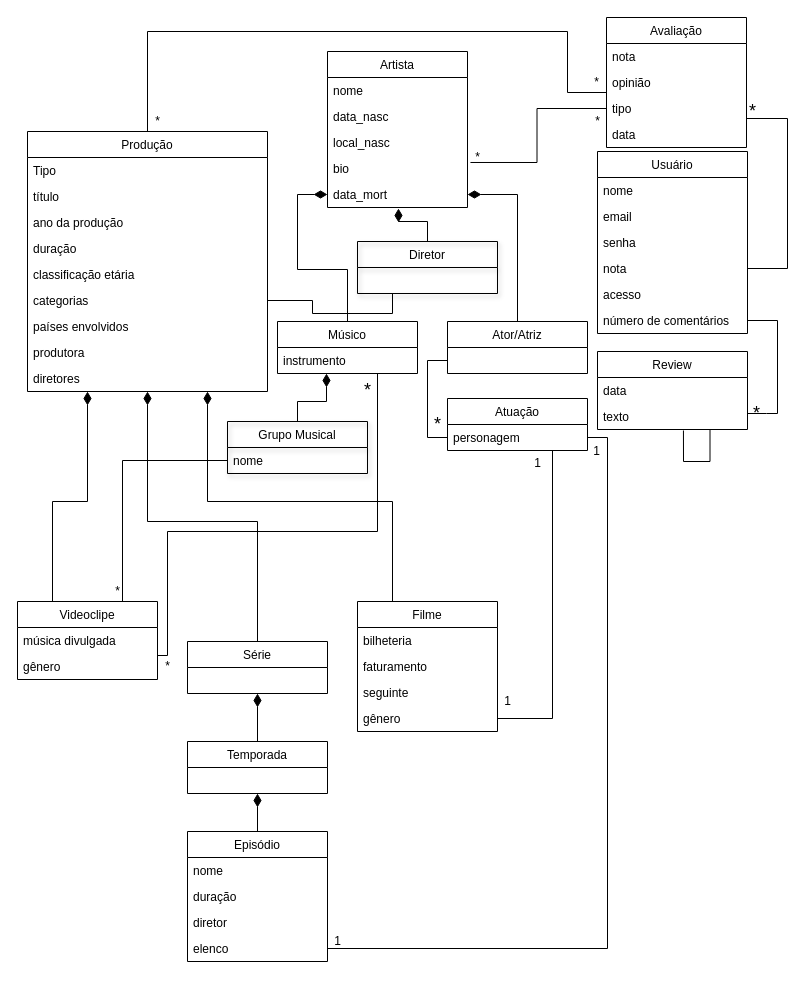
Earlier version of the draw.io diagram Exercício 5/Exercício_5.drawio (MateusdosAnjos/MAC0439). Source tidied: cells renumbered, new cells numbered last; positions are measured from the earlier drawing's top-left corner, leaving out a move shared by most shapes. Both pictures are drawn from the tidied source at 100%, with x=0, y=0 at pixel (17, 17).
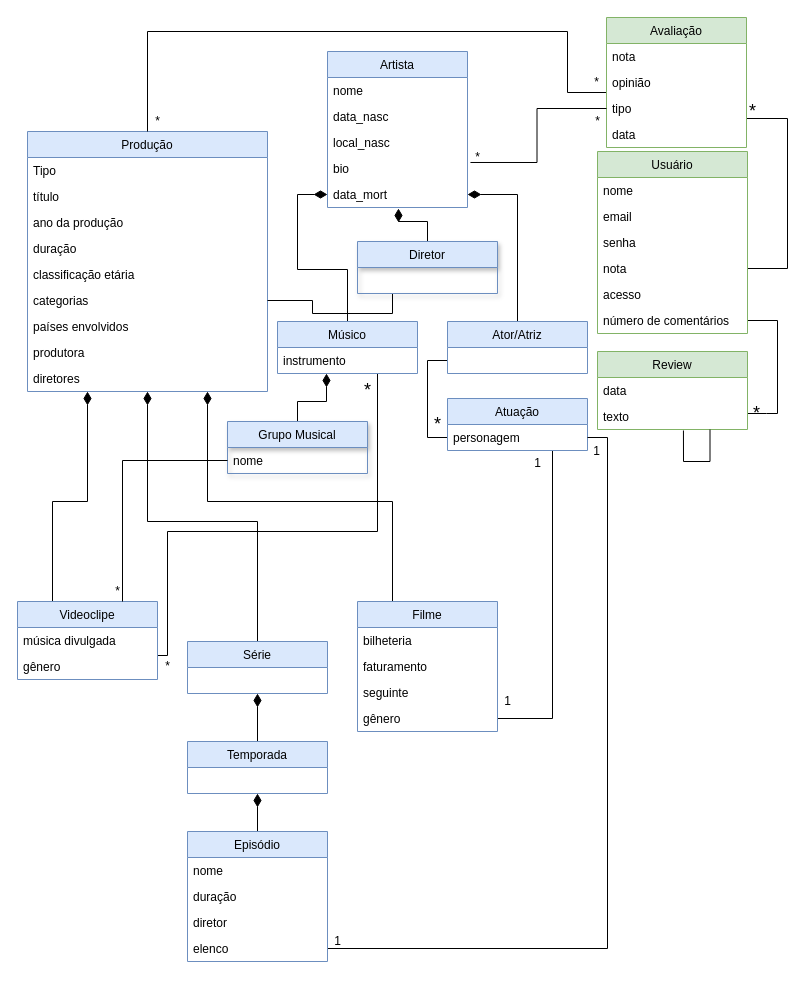
After the change.

Commit message (it also covers changes not shown here):
Cores para diferenciar banco de dados

Change to the diagram source:
```diff
@@
-    <mxCell id="16" value="Produção" style="swimlane;fontStyle=0;horizontal=1;startSize=26;fillColor=none;" parent="1" vertex="1">
+    <mxCell id="16" value="Produção" style="swimlane;fontStyle=0;horizontal=1;startSize=26;fillColor=#dae8fc;strokeColor=#6c8ebf;" parent="1" vertex="1">
       <mxGeometry x="10" y="114" width="240" height="260" as="geometry" />
     </mxCell>
@@
-    <mxCell id="26" value="Artista" style="swimlane;fontStyle=0;horizontal=1;startSize=26;fillColor=none;" parent="1" vertex="1">
+    <mxCell id="26" value="Artista" style="swimlane;fontStyle=0;horizontal=1;startSize=26;fillColor=#dae8fc;strokeColor=#6c8ebf;" parent="1" vertex="1">
       <mxGeometry x="310" y="34" width="140" height="156" as="geometry" />
     </mxCell>
@@
-    <mxCell id="32" value="Usuário" style="swimlane;fontStyle=0;horizontal=1;startSize=26;fillColor=none;" parent="1" vertex="1">
+    <mxCell id="32" value="Usuário" style="swimlane;fontStyle=0;horizontal=1;startSize=26;fillColor=#d5e8d4;strokeColor=#82b366;" parent="1" vertex="1">
       <mxGeometry x="580" y="134" width="150" height="182" as="geometry" />
     </mxCell>
@@
-    <mxCell id="39" value="Review" style="swimlane;fontStyle=0;horizontal=1;startSize=26;fillColor=none;" parent="1" vertex="1">
+    <mxCell id="39" value="Review" style="swimlane;fontStyle=0;horizontal=1;startSize=26;fillColor=#d5e8d4;strokeColor=#82b366;" parent="1" vertex="1">
       <mxGeometry x="580" y="334" width="150" height="78" as="geometry" />
     </mxCell>
@@
-    <mxCell id="43" value="Atuação" style="swimlane;fontStyle=0;horizontal=1;startSize=26;fillColor=none;fontSize=12;" parent="1" vertex="1">
+    <mxCell id="43" value="Atuação" style="swimlane;fontStyle=0;horizontal=1;startSize=26;fillColor=#dae8fc;fontSize=12;strokeColor=#6c8ebf;" parent="1" vertex="1">
       <mxGeometry x="430" y="381" width="140" height="52" as="geometry" />
     </mxCell>
@@
-    <mxCell id="46" value="Músico" style="swimlane;fontStyle=0;horizontal=1;startSize=26;fillColor=none;fontSize=12;" parent="1" vertex="1">
+    <mxCell id="46" value="Músico" style="swimlane;fontStyle=0;horizontal=1;startSize=26;fillColor=#dae8fc;fontSize=12;strokeColor=#6c8ebf;" parent="1" vertex="1">
       <mxGeometry x="260" y="304" width="140" height="52" as="geometry" />
     </mxCell>
@@
-    <mxCell id="48" value="Ator/Atriz" style="swimlane;fontStyle=0;horizontal=1;startSize=26;fillColor=none;fontSize=12;" parent="1" vertex="1">
+    <mxCell id="48" value="Ator/Atriz" style="swimlane;fontStyle=0;horizontal=1;startSize=26;fillColor=#dae8fc;fontSize=12;strokeColor=#6c8ebf;" parent="1" vertex="1">
       <mxGeometry x="430" y="304" width="140" height="52" as="geometry" />
     </mxCell>
@@
-    <mxCell id="54" value="Diretor" style="swimlane;fontStyle=0;horizontal=1;startSize=26;fillColor=none;shadow=1;" parent="1" vertex="1">
+    <mxCell id="54" value="Diretor" style="swimlane;fontStyle=0;horizontal=1;startSize=26;fillColor=#dae8fc;shadow=1;strokeColor=#6c8ebf;" parent="1" vertex="1">
       <mxGeometry x="340" y="224" width="140" height="52" as="geometry" />
     </mxCell>
@@
-    <mxCell id="56" value="Avaliação" style="swimlane;fontStyle=0;horizontal=1;startSize=26;fillColor=none;" parent="1" vertex="1">
+    <mxCell id="56" value="Avaliação" style="swimlane;fontStyle=0;horizontal=1;startSize=26;fillColor=#d5e8d4;strokeColor=#82b366;" parent="1" vertex="1">
       <mxGeometry x="589" width="140" height="130" as="geometry" />
     </mxCell>
@@
-    <mxCell id="62" value="Filme" style="swimlane;fontStyle=0;horizontal=1;startSize=26;fillColor=none;" parent="1" vertex="1">
+    <mxCell id="62" value="Filme" style="swimlane;fontStyle=0;horizontal=1;startSize=26;fillColor=#dae8fc;strokeColor=#6c8ebf;" parent="1" vertex="1">
       <mxGeometry x="340" y="584" width="140" height="130" as="geometry" />
     </mxCell>
@@
-    <mxCell id="67" value="Série" style="swimlane;fontStyle=0;horizontal=1;startSize=26;fillColor=none;" parent="1" vertex="1">
+    <mxCell id="67" value="Série" style="swimlane;fontStyle=0;horizontal=1;startSize=26;fillColor=#dae8fc;strokeColor=#6c8ebf;" parent="1" vertex="1">
       <mxGeometry x="170" y="624" width="140" height="52" as="geometry" />
     </mxCell>
-    <mxCell id="68" value=" Videoclipe" style="swimlane;fontStyle=0;horizontal=1;startSize=26;fillColor=none;" parent="1" vertex="1">
+    <mxCell id="68" value=" Videoclipe" style="swimlane;fontStyle=0;horizontal=1;startSize=26;fillColor=#dae8fc;strokeColor=#6c8ebf;" parent="1" vertex="1">
       <mxGeometry y="584" width="140" height="78" as="geometry" />
     </mxCell>
@@
-    <mxCell id="71" value="Temporada" style="swimlane;fontStyle=0;horizontal=1;startSize=26;fillColor=none;" parent="1" vertex="1">
+    <mxCell id="71" value="Temporada" style="swimlane;fontStyle=0;horizontal=1;startSize=26;fillColor=#dae8fc;strokeColor=#6c8ebf;" parent="1" vertex="1">
       <mxGeometry x="170" y="724" width="140" height="52" as="geometry" />
     </mxCell>
-    <mxCell id="72" value="Episódio" style="swimlane;fontStyle=0;horizontal=1;startSize=26;fillColor=none;" parent="1" vertex="1">
+    <mxCell id="72" value="Episódio" style="swimlane;fontStyle=0;horizontal=1;startSize=26;fillColor=#dae8fc;strokeColor=#6c8ebf;" parent="1" vertex="1">
       <mxGeometry x="170" y="814" width="140" height="130" as="geometry" />
     </mxCell>
@@
-    <mxCell id="78" value="Grupo Musical" style="swimlane;fontStyle=0;horizontal=1;startSize=26;fillColor=none;shadow=1;" parent="1" vertex="1">
+    <mxCell id="78" value="Grupo Musical" style="swimlane;fontStyle=0;horizontal=1;startSize=26;fillColor=#dae8fc;shadow=1;strokeColor=#6c8ebf;" parent="1" vertex="1">
       <mxGeometry x="210" y="404" width="140" height="52" as="geometry" />
     </mxCell>
```
